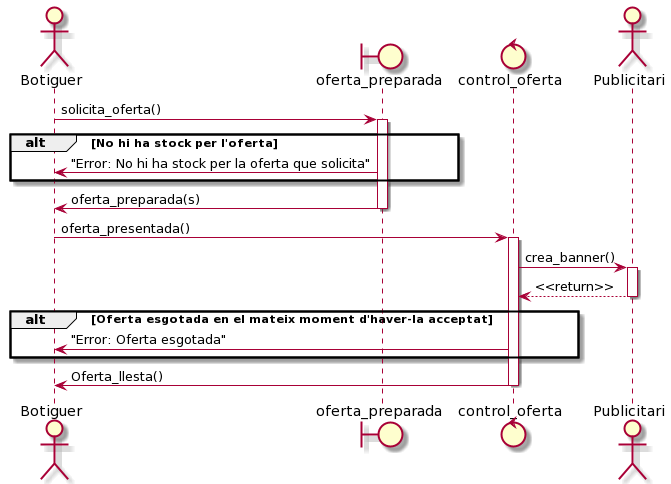
Above: diagrams/sprint3_diag_sequencia_preparacio_oferta.png in polpagesdev/delivery-app (PlantUML), before the change. Its diagram source:
```plantuml
@startuml
actor Botiguer
boundary oferta_preparada
control control_oferta
actor Publicitari
Botiguer -> oferta_preparada : solicita_oferta()
activate oferta_preparada

alt No hi ha stock per l'oferta
   oferta_preparada -> Botiguer : "Error: No hi ha stock per la oferta que solicita"
end
oferta_preparada -> Botiguer : oferta_preparada(s)
deactivate oferta_preparada

Botiguer -> control_oferta: oferta_presentada()

activate control_oferta
control_oferta -> Publicitari: crea_banner()
activate Publicitari
Publicitari --> control_oferta: <<return>>
deactivate Publicitari
alt Oferta esgotada en el mateix moment d'haver-la acceptat
    control_oferta -> Botiguer: "Error: Oferta esgotada"
end
control_oferta -> Botiguer: Oferta_llesta()
deactivate control_oferta
@enduml
```
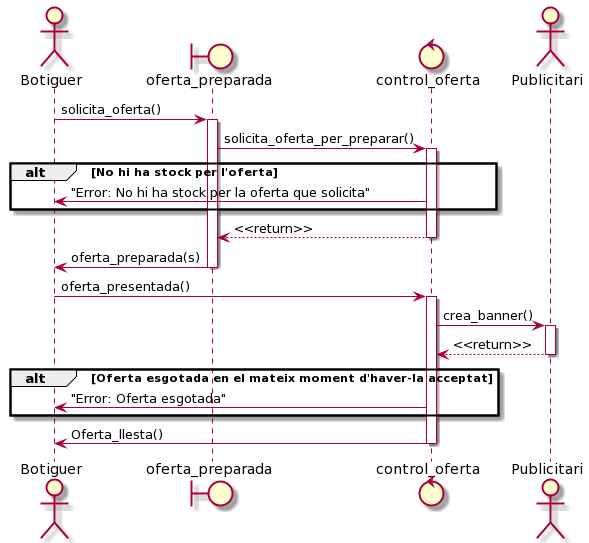
The same diagram one commit later.

Change to the diagram source:
```diff
@@ -5,10 +5,13 @@
 actor Publicitari
 Botiguer -> oferta_preparada : solicita_oferta()
 activate oferta_preparada
-
+oferta_preparada -> control_oferta: solicita_oferta_per_preparar()
+activate control_oferta
 alt No hi ha stock per l'oferta
-   oferta_preparada -> Botiguer : "Error: No hi ha stock per la oferta que solicita"
+   control_oferta -> Botiguer : "Error: No hi ha stock per la oferta que solicita"
 end
+control_oferta --> oferta_preparada: <<return>>
+deactivate control_oferta
 oferta_preparada -> Botiguer : oferta_preparada(s)
 deactivate oferta_preparada
 
```
